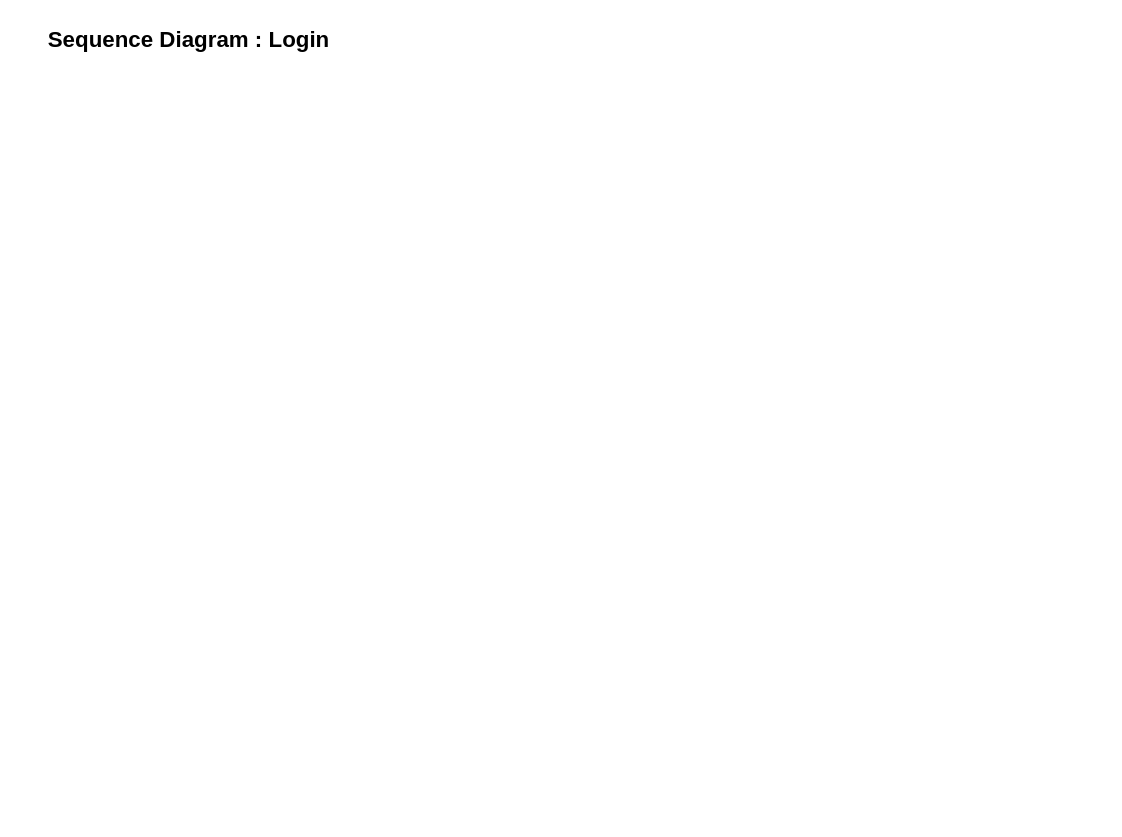
astrrr/Right-posture keeps this draw.io diagram as page "Login" (2 of 2) of Sequence_diagram.drawio. Above is the earlier version. Source tidied: cells renumbered, new cells numbered last; positions are measured from the earlier drawing's top-left corner, leaving out a move shared by most shapes. Both pictures are drawn from the tidied source at 124%, with x=0, y=0 at pixel (21, 21).
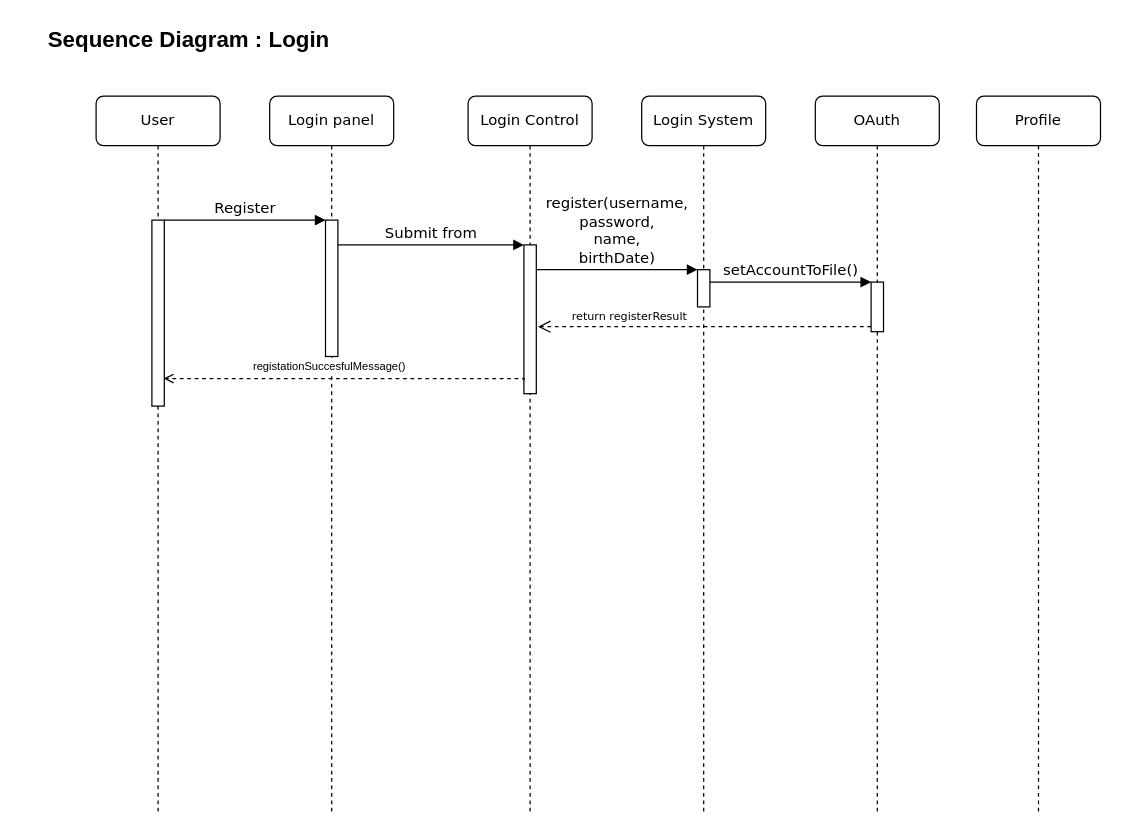
Above is the later version.

Commit message:
Update Login Sequence Object

Diff of the diagram source:
```diff
@@
+    <mxCell id="3" value="Login panel" style="shape=umlLifeline;perimeter=lifelinePerimeter;whiteSpace=wrap;html=1;rounded=1;shadow=0;comic=0;labelBackgroundColor=none;strokeWidth=1;fontFamily=Verdana;fontSize=12;align=center;" parent="1" vertex="1">
+      <mxGeometry x="200" y="60" width="100" height="580" as="geometry" />
+    </mxCell>
+    <mxCell id="4" style="html=1;points=[];perimeter=orthogonalPerimeter;rounded=0;shadow=0;comic=0;labelBackgroundColor=none;strokeWidth=1;fontFamily=Verdana;fontSize=12;align=center;" parent="3" vertex="1">
+      <mxGeometry x="45" y="100" width="10" height="110" as="geometry" />
+    </mxCell>
+    <mxCell id="5" value="Login Control" style="shape=umlLifeline;perimeter=lifelinePerimeter;whiteSpace=wrap;html=1;rounded=1;shadow=0;comic=0;labelBackgroundColor=none;strokeWidth=1;fontFamily=Verdana;fontSize=12;align=center;" parent="1" vertex="1">
+      <mxGeometry x="360" y="60" width="100" height="580" as="geometry" />
+    </mxCell>
+    <mxCell id="6" style="html=1;points=[];perimeter=orthogonalPerimeter;rounded=0;shadow=0;comic=0;labelBackgroundColor=none;strokeWidth=1;fontFamily=Verdana;fontSize=12;align=center;" parent="5" vertex="1">
+      <mxGeometry x="45" y="120" width="10" height="120" as="geometry" />
+    </mxCell>
+    <mxCell id="7" value="Login System" style="shape=umlLifeline;perimeter=lifelinePerimeter;whiteSpace=wrap;html=1;rounded=1;shadow=0;comic=0;labelBackgroundColor=none;strokeWidth=1;fontFamily=Verdana;fontSize=12;align=center;" parent="1" vertex="1">
+      <mxGeometry x="500" y="60" width="100" height="580" as="geometry" />
+    </mxCell>
+    <mxCell id="8" value="User" style="shape=umlLifeline;perimeter=lifelinePerimeter;whiteSpace=wrap;html=1;rounded=1;shadow=0;comic=0;labelBackgroundColor=none;strokeWidth=1;fontFamily=Verdana;fontSize=12;align=center;" parent="1" vertex="1">
+      <mxGeometry x="60" y="60" width="100" height="580" as="geometry" />
+    </mxCell>
+    <mxCell id="9" style="html=1;points=[];perimeter=orthogonalPerimeter;rounded=0;shadow=0;comic=0;labelBackgroundColor=none;strokeWidth=1;fontFamily=Verdana;fontSize=12;align=center;" parent="8" vertex="1">
+      <mxGeometry x="45" y="100" width="10" height="150" as="geometry" />
+    </mxCell>
+    <mxCell id="10" style="html=1;points=[];perimeter=orthogonalPerimeter;rounded=0;shadow=0;comic=0;labelBackgroundColor=none;strokeWidth=1;fontFamily=Verdana;fontSize=12;align=center;" parent="1" vertex="1">
+      <mxGeometry x="545" y="200" width="10" height="30" as="geometry" />
+    </mxCell>
+    <mxCell id="11" value="register(username,&lt;br&gt;password,&lt;br&gt;name,&lt;br&gt;birthDate)" style="html=1;verticalAlign=bottom;endArrow=block;labelBackgroundColor=none;fontFamily=Verdana;fontSize=12;edgeStyle=elbowEdgeStyle;elbow=vertical;" parent="1" edge="1" source="6" target="10">
+      <mxGeometry relative="1" as="geometry">
+        <Array as="points">
+          <mxPoint x="420" y="200" />
+        </Array>
+      </mxGeometry>
+    </mxCell>
+    <mxCell id="12" value="setAccountToFile()" style="html=1;verticalAlign=bottom;endArrow=block;entryX=0;entryY=0;labelBackgroundColor=none;fontFamily=Verdana;fontSize=12;edgeStyle=elbowEdgeStyle;elbow=vertical;" parent="1" edge="1" source="10" target="17">
+      <mxGeometry relative="1" as="geometry" />
+    </mxCell>
+    <mxCell id="13" value="&lt;font style=&quot;font-size: 9px&quot;&gt;return registerResult&lt;/font&gt;" style="html=1;verticalAlign=bottom;endArrow=open;dashed=1;endSize=8;labelBackgroundColor=none;fontFamily=Verdana;fontSize=12;edgeStyle=elbowEdgeStyle;elbow=vertical;entryX=1.137;entryY=0.549;entryDx=0;entryDy=0;entryPerimeter=0;" parent="1" edge="1" source="17" target="6">
+      <mxGeometry x="0.45" relative="1" as="geometry">
+        <Array as="points">
+          <mxPoint x="470" y="246" />
+          <mxPoint x="480" y="240" />
+          <mxPoint x="630" y="240" />
+          <mxPoint x="660" y="240" />
+        </Array>
+      </mxGeometry>
+    </mxCell>
+    <mxCell id="14" value="Register" style="html=1;verticalAlign=bottom;endArrow=block;entryX=0;entryY=0;labelBackgroundColor=none;fontFamily=Verdana;fontSize=12;edgeStyle=elbowEdgeStyle;elbow=vertical;" parent="1" edge="1" source="9" target="4">
+      <mxGeometry relative="1" as="geometry" />
+    </mxCell>
+    <mxCell id="15" value="Submit from" style="html=1;verticalAlign=bottom;endArrow=block;entryX=0;entryY=0;labelBackgroundColor=none;fontFamily=Verdana;fontSize=12;edgeStyle=elbowEdgeStyle;elbow=vertical;" parent="1" edge="1" source="4" target="6">
+      <mxGeometry relative="1" as="geometry" />
+    </mxCell>
+    <mxCell id="16" value="OAuth" style="shape=umlLifeline;perimeter=lifelinePerimeter;whiteSpace=wrap;html=1;rounded=1;shadow=0;comic=0;labelBackgroundColor=none;strokeWidth=1;fontFamily=Verdana;fontSize=12;align=center;" parent="1" vertex="1">
+      <mxGeometry x="640" y="60" width="100" height="580" as="geometry" />
+    </mxCell>
+    <mxCell id="17" style="html=1;points=[];perimeter=orthogonalPerimeter;rounded=0;shadow=0;comic=0;labelBackgroundColor=none;strokeWidth=1;fontFamily=Verdana;fontSize=12;align=center;" parent="1" vertex="1">
+      <mxGeometry x="685" y="210" width="10" height="40" as="geometry" />
+    </mxCell>
+    <mxCell id="18" style="edgeStyle=orthogonalEdgeStyle;rounded=0;jettySize=auto;html=1;fontSize=18;endArrow=open;endFill=0;dashed=1;exitX=-0.003;exitY=0.911;exitDx=0;exitDy=0;exitPerimeter=0;entryX=0.943;entryY=0.852;entryDx=0;entryDy=0;entryPerimeter=0;" parent="1" edge="1" source="6" target="9">
+      <mxGeometry relative="1" as="geometry">
+        <Array as="points">
+          <mxPoint x="405" y="288" />
+        </Array>
+      </mxGeometry>
+    </mxCell>
+    <mxCell id="19" value="registationSuccesfulMessage()" style="edgeLabel;html=1;align=center;verticalAlign=middle;fontSize=9;" parent="18" vertex="1">
+      <mxGeometry x="0.17" y="1" relative="1" as="geometry">
+        <mxPoint x="12" y="-11" as="offset" />
+      </mxGeometry>
+    </mxCell>
+    <mxCell id="20" value="Profile" style="shape=umlLifeline;perimeter=lifelinePerimeter;whiteSpace=wrap;html=1;rounded=1;shadow=0;comic=0;labelBackgroundColor=none;strokeWidth=1;fontFamily=Verdana;fontSize=12;align=center;" parent="1" vertex="1">
+      <mxGeometry x="770" y="60" width="100" height="580" as="geometry" />
+    </mxCell>
```
